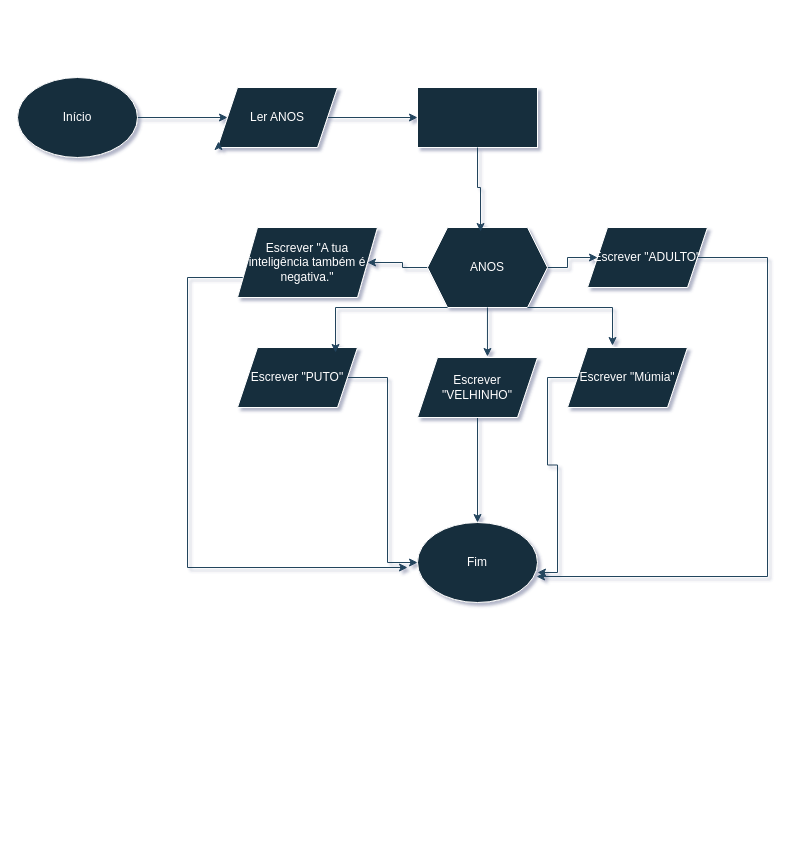
This is Fluxo 10.drawio from Rato0101/Fluxogramas, a draw.io file, before an edit. Source tidied: cells renumbered, new cells numbered last; positions are measured from the earlier drawing's top-left corner, leaving out a move shared by most shapes. Both pictures are drawn from the tidied source at 100%, with x=0, y=0 at pixel (17, 77).
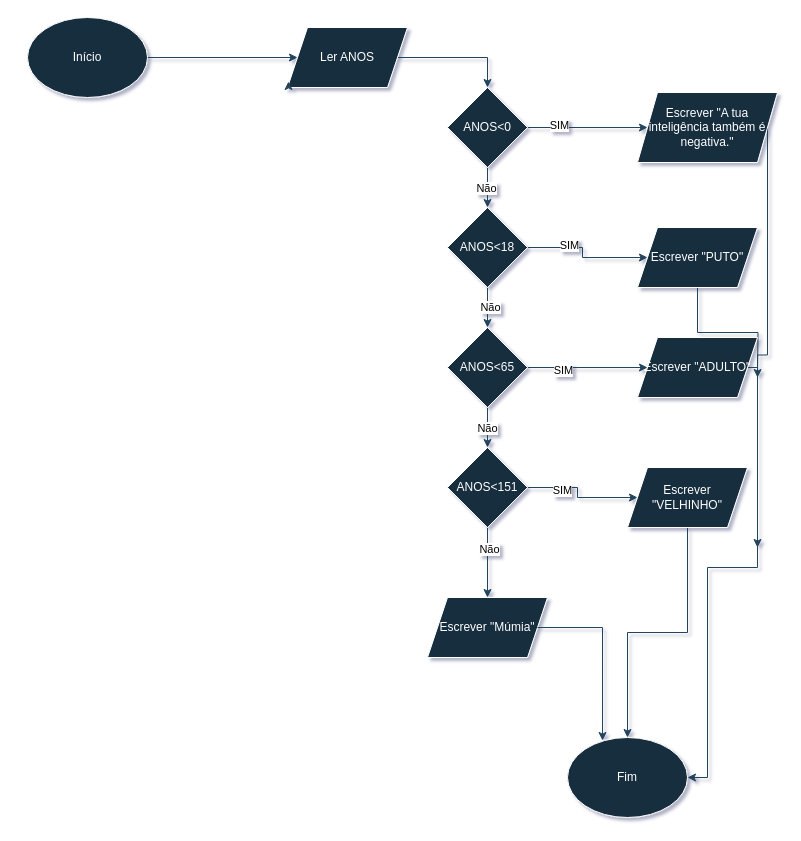
After the change.

The edit, as a diff of the source:
```diff
@@
     <mxCell id="2" value="Fim" style="ellipse;whiteSpace=wrap;html=1;shapeInside=1;labelBackgroundColor=none;fillColor=#182E3E;strokeColor=#FFFFFF;fontColor=#FFFFFF;rounded=0;" parent="1" vertex="1">
-      <mxGeometry x="400" y="445" width="120" height="80" as="geometry" />
+      <mxGeometry x="550" y="660" width="120" height="80" as="geometry" />
     </mxCell>
@@
     <mxCell id="4" value="Início" style="ellipse;whiteSpace=wrap;html=1;shapeInside=1;labelBackgroundColor=none;fillColor=#182E3E;strokeColor=#FFFFFF;fontColor=#FFFFFF;rounded=0;" parent="1" vertex="1">
-      <mxGeometry width="120" height="80" as="geometry" />
+      <mxGeometry x="10" y="-60" width="120" height="80" as="geometry" />
     </mxCell>
-    <mxCell id="5" style="edgeStyle=orthogonalEdgeStyle;rounded=0;jettySize=auto;html=1;entryX=0;entryY=0.5;entryDx=0;entryDy=0;strokeColor=#23445D;" parent="1" edge="1" source="6" target="20">
-      <mxGeometry relative="1" as="geometry" />
-    </mxCell>
+    <mxCell id="26" style="edgeStyle=orthogonalEdgeStyle;rounded=0;jettySize=auto;html=1;entryX=0.5;entryY=0;entryDx=0;entryDy=0;strokeColor=#23445D;" parent="1" edge="1" source="6" target="33">
+      <mxGeometry relative="1" as="geometry" />
+    </mxCell>
     <mxCell id="6" value="Ler ANOS" style="shape=parallelogram;perimeter=parallelogramPerimeter;whiteSpace=wrap;html=1;shapeInside=1;fixedSize=1;labelBackgroundColor=none;fillColor=#182E3E;strokeColor=#FFFFFF;fontColor=#FFFFFF;rounded=0;" parent="1" vertex="1">
-      <mxGeometry x="200" y="10" width="120" height="60" as="geometry" />
+      <mxGeometry x="270" y="-50" width="120" height="60" as="geometry" />
     </mxCell>
@@
-    <mxCell id="8" style="edgeStyle=orthogonalEdgeStyle;rounded=0;jettySize=auto;html=1;entryX=0;entryY=0.5;entryDx=0;entryDy=0;strokeColor=#23445D;" parent="1" edge="1" source="9" target="2">
-      <mxGeometry relative="1" as="geometry" />
-    </mxCell>
+    <mxCell id="27" style="edgeStyle=orthogonalEdgeStyle;rounded=0;jettySize=auto;html=1;strokeColor=#23445D;" parent="1" edge="1" source="9">
+      <mxGeometry relative="1" as="geometry">
+        <mxPoint x="740" y="300" as="targetPoint" />
+      </mxGeometry>
+    </mxCell>
     <mxCell id="9" value="Escrever &quot;PUTO&quot;" style="shape=parallelogram;perimeter=parallelogramPerimeter;whiteSpace=wrap;html=1;shapeInside=1;fixedSize=1;labelBackgroundColor=none;fillColor=#182E3E;strokeColor=#FFFFFF;fontColor=#FFFFFF;" parent="1" vertex="1">
-      <mxGeometry x="220" y="270" width="120" height="60" as="geometry" />
+      <mxGeometry x="620" y="150" width="120" height="60" as="geometry" />
     </mxCell>
-    <mxCell id="10" style="edgeStyle=orthogonalEdgeStyle;rounded=0;orthogonalLoop=1;jettySize=auto;html=1;strokeColor=#23445D;" parent="1" edge="1">
-      <mxGeometry relative="1" as="geometry">
-        <mxPoint x="230" y="200" as="sourcePoint" />
-        <mxPoint x="390" y="490" as="targetPoint" />
-        <Array as="points">
-          <mxPoint x="170" y="200" />
-          <mxPoint x="170" y="490" />
-        </Array>
-      </mxGeometry>
-    </mxCell>
+    <mxCell id="28" style="edgeStyle=orthogonalEdgeStyle;rounded=0;jettySize=auto;html=1;strokeColor=#23445D;" parent="1" edge="1" source="11">
+      <mxGeometry relative="1" as="geometry">
+        <mxPoint x="740" y="470" as="targetPoint" />
+        <Array as="points">
+          <mxPoint x="750" y="277.5" />
+          <mxPoint x="740" y="277.5" />
+        </Array>
+      </mxGeometry>
+    </mxCell>
     <mxCell id="11" value="Escrever &quot;A tua inteligência também é negativa.&quot;" style="shape=parallelogram;perimeter=parallelogramPerimeter;whiteSpace=wrap;html=1;shapeInside=1;fixedSize=1;labelBackgroundColor=none;fillColor=#182E3E;strokeColor=#FFFFFF;fontColor=#FFFFFF;" parent="1" vertex="1">
-      <mxGeometry x="220" y="150" width="140" height="70" as="geometry" />
+      <mxGeometry x="620" y="15" width="140" height="70" as="geometry" />
     </mxCell>
     <mxCell id="12" value="Escrever &quot;Múmia&quot;" style="shape=parallelogram;perimeter=parallelogramPerimeter;whiteSpace=wrap;html=1;shapeInside=1;fixedSize=1;labelBackgroundColor=none;fillColor=#182E3E;strokeColor=#FFFFFF;fontColor=#FFFFFF;" parent="1" vertex="1">
-      <mxGeometry x="550" y="270" width="120" height="60" as="geometry" />
+      <mxGeometry x="410" y="520" width="120" height="60" as="geometry" />
     </mxCell>
@@
     <mxCell id="14" value="Escrever &quot;VELHINHO&quot;" style="shape=parallelogram;perimeter=parallelogramPerimeter;whiteSpace=wrap;html=1;shapeInside=1;fixedSize=1;labelBackgroundColor=none;fillColor=#182E3E;strokeColor=#FFFFFF;fontColor=#FFFFFF;" parent="1" vertex="1">
-      <mxGeometry x="400" y="280" width="120" height="60" as="geometry" />
+      <mxGeometry x="610" y="390" width="120" height="60" as="geometry" />
     </mxCell>
-    <mxCell id="15" style="edgeStyle=orthogonalEdgeStyle;rounded=0;jettySize=auto;html=1;strokeColor=#23445D;entryX=0.992;entryY=0.675;entryDx=0;entryDy=0;entryPerimeter=0;" parent="1" edge="1" source="16" target="2">
+    <mxCell id="15" style="edgeStyle=orthogonalEdgeStyle;rounded=0;jettySize=auto;html=1;entryX=1;entryY=0.5;entryDx=0;entryDy=0;strokeColor=#23445D;exitX=1;exitY=0.5;exitDx=0;exitDy=0;" parent="1" edge="1" source="16" target="2">
       <mxGeometry relative="1" as="geometry">
         <Array as="points">
-          <mxPoint x="750" y="180" />
-          <mxPoint x="750" y="499" />
+          <mxPoint x="740" y="290" />
+          <mxPoint x="740" y="490" />
+          <mxPoint x="690" y="490" />
+          <mxPoint x="690" y="700" />
         </Array>
       </mxGeometry>
     </mxCell>
     <mxCell id="16" value="Escrever &quot;ADULTO&quot;" style="shape=parallelogram;perimeter=parallelogramPerimeter;whiteSpace=wrap;html=1;shapeInside=1;fixedSize=1;labelBackgroundColor=none;fillColor=#182E3E;strokeColor=#FFFFFF;fontColor=#FFFFFF;" parent="1" vertex="1">
-      <mxGeometry x="570" y="150" width="120" height="60" as="geometry" />
+      <mxGeometry x="620" y="260" width="120" height="60" as="geometry" />
     </mxCell>
-    <mxCell id="17" style="edgeStyle=orthogonalEdgeStyle;rounded=0;jettySize=auto;html=1;strokeColor=#23445D;" parent="1" edge="1" source="19" target="11">
-      <mxGeometry relative="1" as="geometry" />
-    </mxCell>
-    <mxCell id="18" style="edgeStyle=orthogonalEdgeStyle;rounded=0;jettySize=auto;html=1;entryX=0;entryY=0.5;entryDx=0;entryDy=0;strokeColor=#23445D;" parent="1" edge="1" source="19" target="16">
-      <mxGeometry relative="1" as="geometry" />
-    </mxCell>
-    <mxCell id="19" value="ANOS" style="shape=hexagon;perimeter=hexagonPerimeter2;whiteSpace=wrap;html=1;shapeInside=1;fixedSize=1;strokeColor=#FFFFFF;fontColor=#FFFFFF;fillColor=#182E3E;" parent="1" vertex="1">
-      <mxGeometry x="410" y="150" width="120" height="80" as="geometry" />
-    </mxCell>
-    <mxCell id="20" style="rounded=0;whiteSpace=wrap;html=1;strokeColor=#FFFFFF;fontColor=#FFFFFF;fillColor=#182E3E;" parent="1" vertex="1">
-      <mxGeometry x="400" y="10" width="120" height="60" as="geometry" />
-    </mxCell>
-    <mxCell id="21" style="edgeStyle=orthogonalEdgeStyle;rounded=0;jettySize=auto;html=1;entryX=0.442;entryY=0.05;entryDx=0;entryDy=0;entryPerimeter=0;strokeColor=#23445D;" parent="1" edge="1" source="20" target="19">
-      <mxGeometry relative="1" as="geometry" />
-    </mxCell>
-    <mxCell id="22" style="edgeStyle=orthogonalEdgeStyle;rounded=0;jettySize=auto;html=1;entryX=0.583;entryY=-0.017;entryDx=0;entryDy=0;entryPerimeter=0;strokeColor=#23445D;" parent="1" edge="1" source="19" target="14">
-      <mxGeometry relative="1" as="geometry" />
-    </mxCell>
-    <mxCell id="23" style="edgeStyle=orthogonalEdgeStyle;rounded=0;jettySize=auto;html=1;entryX=0.375;entryY=-0.033;entryDx=0;entryDy=0;entryPerimeter=0;strokeColor=#23445D;" parent="1" edge="1" source="19" target="12">
-      <mxGeometry relative="1" as="geometry">
-        <Array as="points">
-          <mxPoint x="595" y="230" />
-        </Array>
-      </mxGeometry>
-    </mxCell>
-    <mxCell id="24" style="edgeStyle=orthogonalEdgeStyle;rounded=0;jettySize=auto;html=1;entryX=0.817;entryY=0.083;entryDx=0;entryDy=0;entryPerimeter=0;strokeColor=#23445D;" parent="1" edge="1" source="19" target="9">
-      <mxGeometry relative="1" as="geometry">
-        <Array as="points">
-          <mxPoint x="318" y="230" />
-        </Array>
-      </mxGeometry>
-    </mxCell>
+    <mxCell id="29" style="edgeStyle=orthogonalEdgeStyle;rounded=0;jettySize=auto;html=1;strokeColor=#23445D;" parent="1" edge="1" source="33" target="48">
+      <mxGeometry relative="1" as="geometry" />
+    </mxCell>
+    <mxCell id="30" value="Não" style="edgeLabel;html=1;align=center;verticalAlign=middle;" parent="29" vertex="1">
+      <mxGeometry y="-2" relative="1" as="geometry" />
+    </mxCell>
+    <mxCell id="31" style="edgeStyle=orthogonalEdgeStyle;rounded=0;jettySize=auto;html=1;strokeColor=#23445D;" parent="1" edge="1" source="33" target="11">
+      <mxGeometry relative="1" as="geometry" />
+    </mxCell>
+    <mxCell id="32" value="SIM" style="edgeLabel;html=1;align=center;verticalAlign=middle;" parent="31" vertex="1">
+      <mxGeometry x="-0.48" y="3" relative="1" as="geometry" />
+    </mxCell>
+    <mxCell id="33" value="ANOS&amp;lt;0" style="rhombus;whiteSpace=wrap;html=1;shapeInside=1;strokeColor=#FFFFFF;fontColor=#FFFFFF;fillColor=#182E3E;" parent="1" vertex="1">
+      <mxGeometry x="430" y="10" width="80" height="80" as="geometry" />
+    </mxCell>
+    <mxCell id="34" style="edgeStyle=orthogonalEdgeStyle;rounded=0;jettySize=auto;html=1;strokeColor=#23445D;" parent="1" edge="1" source="38" target="12">
+      <mxGeometry relative="1" as="geometry" />
+    </mxCell>
+    <mxCell id="35" value="Não" style="edgeLabel;html=1;align=center;verticalAlign=middle;" parent="34" vertex="1">
+      <mxGeometry x="-0.4" y="1" relative="1" as="geometry" />
+    </mxCell>
+    <mxCell id="36" style="edgeStyle=orthogonalEdgeStyle;rounded=0;jettySize=auto;html=1;strokeColor=#23445D;" parent="1" edge="1" source="38" target="14">
+      <mxGeometry relative="1" as="geometry" />
+    </mxCell>
+    <mxCell id="37" value="SIM" style="edgeLabel;html=1;align=center;verticalAlign=middle;" parent="36" vertex="1">
+      <mxGeometry x="-0.43" y="-2" relative="1" as="geometry" />
+    </mxCell>
+    <mxCell id="38" value="ANOS&amp;lt;151" style="rhombus;whiteSpace=wrap;html=1;shapeInside=1;strokeColor=#FFFFFF;fontColor=#FFFFFF;fillColor=#182E3E;" parent="1" vertex="1">
+      <mxGeometry x="430" y="370" width="80" height="80" as="geometry" />
+    </mxCell>
+    <mxCell id="39" style="edgeStyle=orthogonalEdgeStyle;rounded=0;jettySize=auto;html=1;strokeColor=#23445D;" parent="1" edge="1" source="43" target="38">
+      <mxGeometry relative="1" as="geometry" />
+    </mxCell>
+    <mxCell id="40" value="Não" style="edgeLabel;html=1;align=center;verticalAlign=middle;" parent="39" vertex="1">
+      <mxGeometry y="-1" relative="1" as="geometry" />
+    </mxCell>
+    <mxCell id="41" style="edgeStyle=orthogonalEdgeStyle;rounded=0;jettySize=auto;html=1;strokeColor=#23445D;" parent="1" edge="1" source="43" target="16">
+      <mxGeometry relative="1" as="geometry" />
+    </mxCell>
+    <mxCell id="42" value="SIM" style="edgeLabel;html=1;align=center;verticalAlign=middle;" parent="41" vertex="1">
+      <mxGeometry x="-0.42" y="-2" relative="1" as="geometry" />
+    </mxCell>
+    <mxCell id="43" value="ANOS&amp;lt;65" style="rhombus;whiteSpace=wrap;html=1;shapeInside=1;strokeColor=#FFFFFF;fontColor=#FFFFFF;fillColor=#182E3E;" parent="1" vertex="1">
+      <mxGeometry x="430" y="250" width="80" height="80" as="geometry" />
+    </mxCell>
+    <mxCell id="44" style="edgeStyle=orthogonalEdgeStyle;rounded=0;jettySize=auto;html=1;entryX=0.5;entryY=0;entryDx=0;entryDy=0;strokeColor=#23445D;" parent="1" edge="1" source="48" target="43">
+      <mxGeometry relative="1" as="geometry" />
+    </mxCell>
+    <mxCell id="45" value="Não" style="edgeLabel;html=1;align=center;verticalAlign=middle;" parent="44" vertex="1">
+      <mxGeometry x="-0.05" y="2" relative="1" as="geometry" />
+    </mxCell>
+    <mxCell id="46" style="edgeStyle=orthogonalEdgeStyle;rounded=0;jettySize=auto;html=1;strokeColor=#23445D;" parent="1" edge="1" source="48" target="9">
+      <mxGeometry relative="1" as="geometry" />
+    </mxCell>
+    <mxCell id="47" value="SIM" style="edgeLabel;html=1;align=center;verticalAlign=middle;" parent="46" vertex="1">
+      <mxGeometry x="-0.37" y="3" relative="1" as="geometry" />
+    </mxCell>
+    <mxCell id="48" value="ANOS&amp;lt;18" style="rhombus;whiteSpace=wrap;html=1;shapeInside=1;strokeColor=#FFFFFF;fontColor=#FFFFFF;fillColor=#182E3E;" parent="1" vertex="1">
+      <mxGeometry x="430" y="130" width="80" height="80" as="geometry" />
+    </mxCell>
-    <mxCell id="25" style="edgeStyle=orthogonalEdgeStyle;rounded=0;jettySize=auto;html=1;entryX=1;entryY=0.625;entryDx=0;entryDy=0;entryPerimeter=0;strokeColor=#23445D;" parent="1" edge="1" source="12" target="2">
+    <mxCell id="25" style="edgeStyle=orthogonalEdgeStyle;rounded=0;jettySize=auto;html=1;entryX=0.292;entryY=0.038;entryDx=0;entryDy=0;entryPerimeter=0;strokeColor=#23445D;" parent="1" edge="1" source="12" target="2">
       <mxGeometry relative="1" as="geometry" />
     </mxCell>
```
